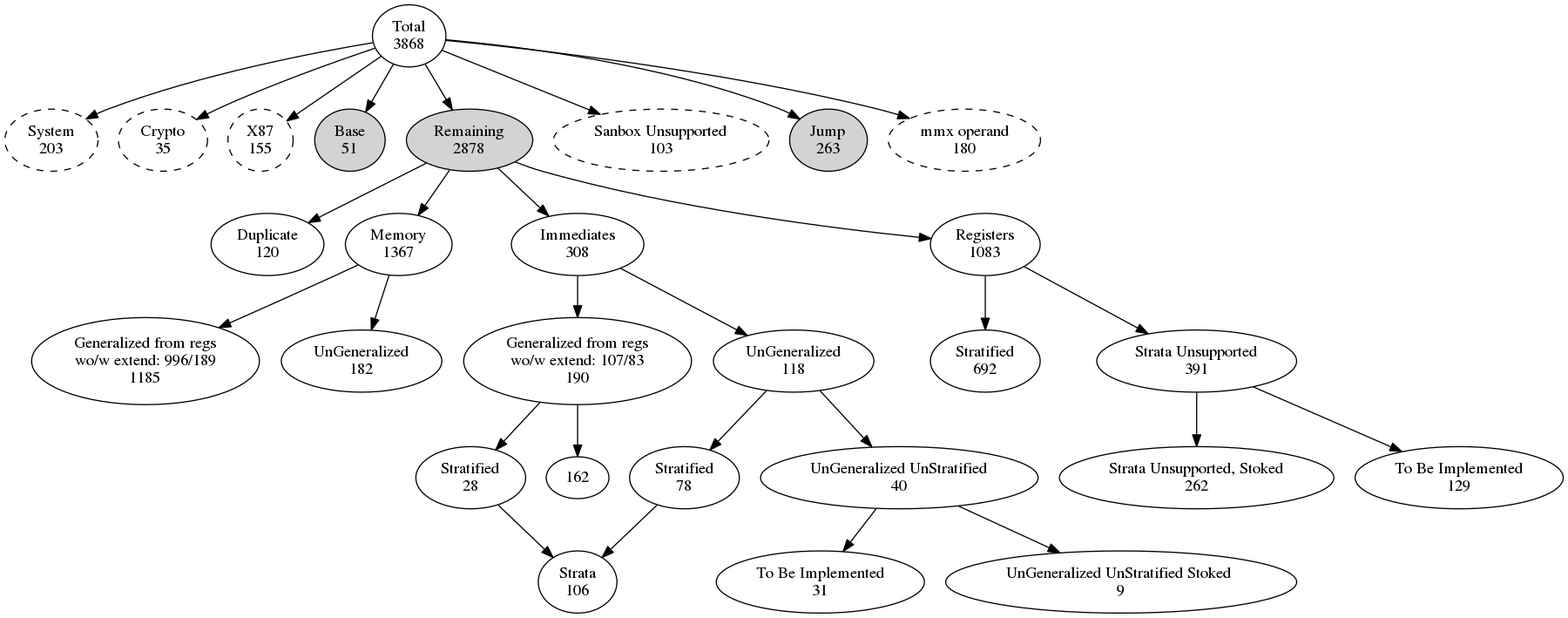
The Graphviz diagram x86-semantics/docs/reports/insttruction_support_status.png in kframework/X86-64-semantics, before a commit. Its source is kept beside it as x86-semantics/docs/reports/insttruction_support_status.dot.
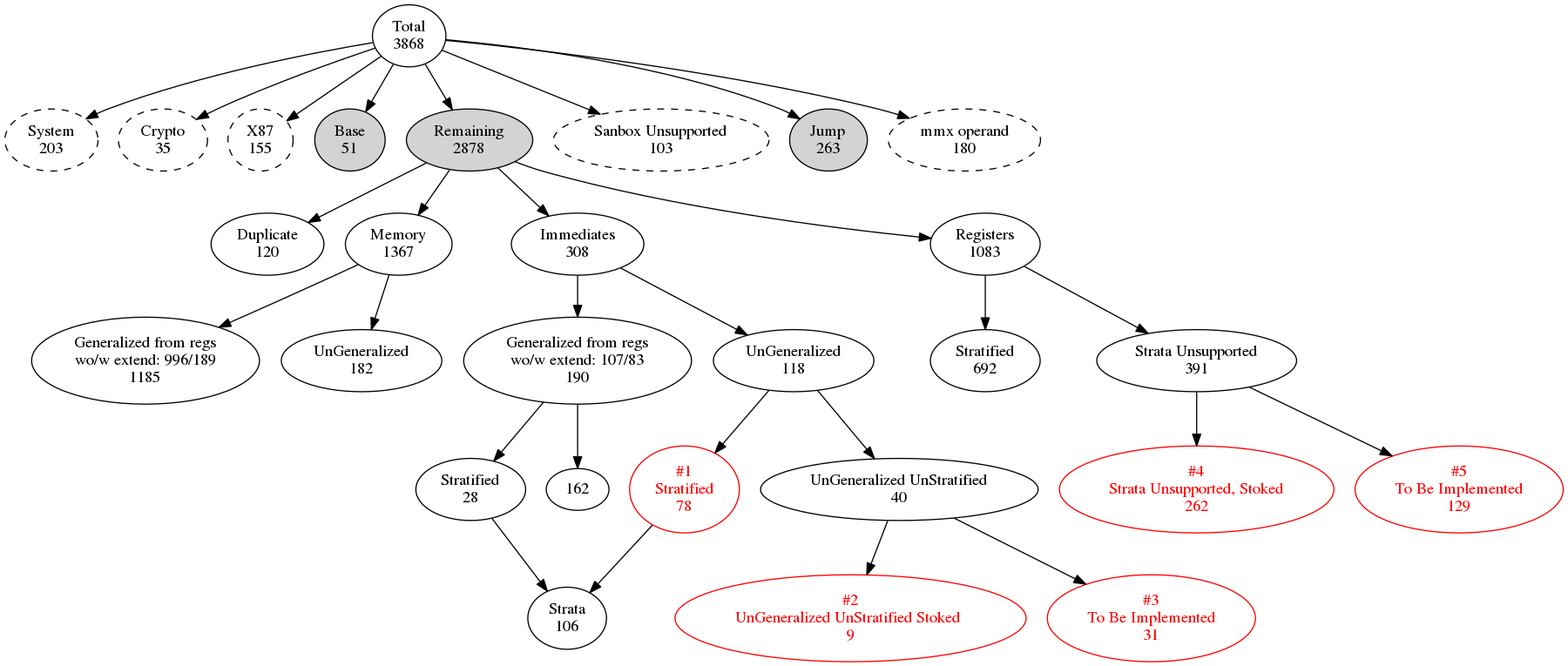
The same diagram one commit later.

What changed in the source:
```diff
@@ -40,8 +40,8 @@
   /***************************************************/
   REGS_STRATA [label="Stratified\n692"]
   REGS_UNSTRATA [label="Strata Unsupported\n391"]
-  REGS_UNSTRATA_STOKED [label="Strata Unsupported, Stoked\n262"]
-  REGS_TBI [label="To Be Implemented\n129"]
+  REGS_UNSTRATA_STOKED [fontcolor=red; color=red; label="#4\nStrata Unsupported, Stoked\n262"]
+  REGS_TBI [fontcolor=red; color=red; label="#5\nTo Be Implemented\n129"]
 
   REGS -> REGS_STRATA
   REGS -> REGS_UNSTRATA
@@ -62,13 +62,13 @@
 
   /***************************************************/
   G [label="Generalized from regs\nwo/w extend: 107/83\n190"]
+  S1 [label="Stratified\n28"]
+  S [label="Strata\n106"]
   UG [label="UnGeneralized\n118"]
-  S1 [label="Stratified\n28"]
-  S2 [label="Stratified\n78"]
-  S [label="Strata\n106"]
-  TBI [label="To Be Implemented\n31"]
   UGUS [label="UnGeneralized UnStratified\n40"]
-  UGUSS [label="UnGeneralized UnStratified Stoked \n9"]
+  S2 [fontcolor=red; color=red; label="#1\nStratified\n78"]
+  UGUSS [fontcolor=red; color=red; label="#2\nUnGeneralized UnStratified Stoked \n9"]
+  TBI [fontcolor=red; color=red; label="#3\nTo Be Implemented\n31"]
 
   IMMS -> G
   IMMS -> UG
```
